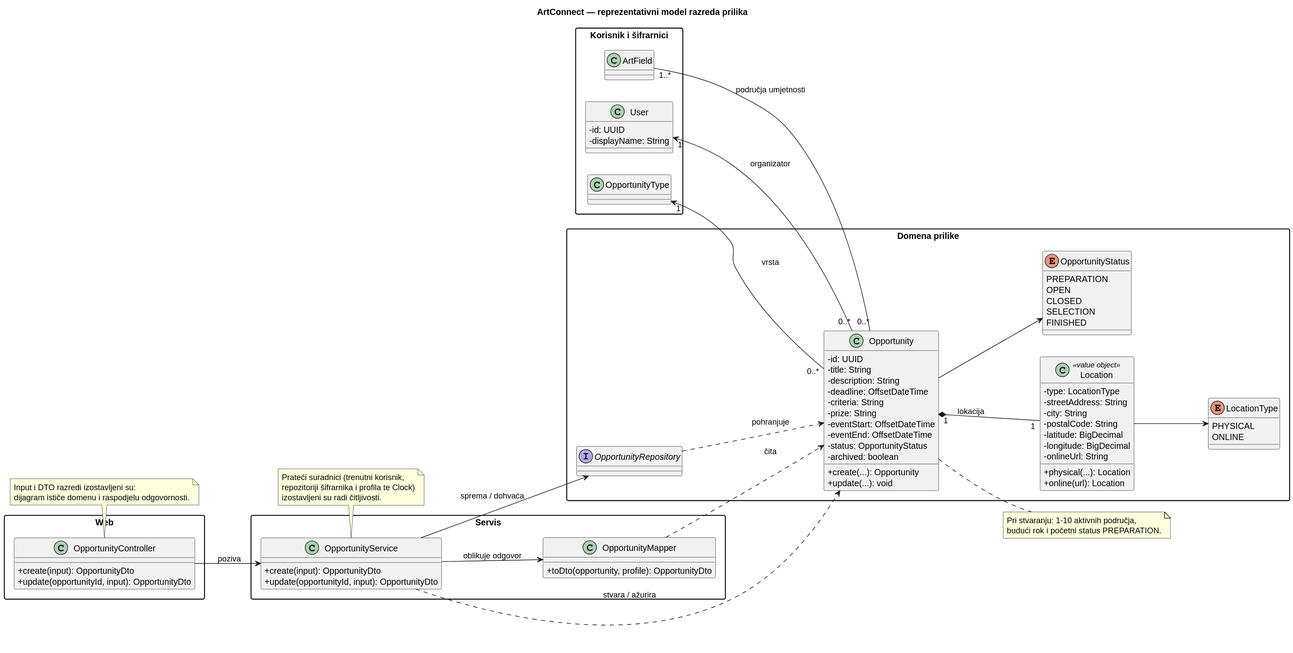
LD05-fk/Strumfovi keeps this PlantUML diagram as docs/assets/diagrams/4-3-artconnect-opportunity-CD.svg. Above is the earlier version. Source of this version:
```plantuml
@startuml
title ArtConnect — reprezentativni model razreda prilika

left to right direction
skinparam classAttributeIconSize 0
skinparam packageStyle rectangle

package "Web" {
    class OpportunityController {
        +create(input): OpportunityDto
        +update(opportunityId, input): OpportunityDto
    }
}

package "Servis" {
    class OpportunityService {
        +create(input): OpportunityDto
        +update(opportunityId, input): OpportunityDto
    }

    class OpportunityMapper {
        +toDto(opportunity, profile): OpportunityDto
    }
}

package "Domena prilike" {
    class Opportunity {
        -id: UUID
        -title: String
        -description: String
        -deadline: OffsetDateTime
        -criteria: String
        -prize: String
        -eventStart: OffsetDateTime
        -eventEnd: OffsetDateTime
        -status: OpportunityStatus
        -archived: boolean
        +create(...): Opportunity
        +update(...): void
    }

    class Location <<value object>> {
        -type: LocationType
        -streetAddress: String
        -city: String
        -postalCode: String
        -latitude: BigDecimal
        -longitude: BigDecimal
        -onlineUrl: String
        +physical(...): Location
        +online(url): Location
    }

    interface OpportunityRepository {
    }

    enum OpportunityStatus {
        PREPARATION
        OPEN
        CLOSED
        SELECTION
        FINISHED
    }

    enum LocationType {
        PHYSICAL
        ONLINE
    }
}

package "Korisnik i šifrarnici" {
    class User {
        -id: UUID
        -displayName: String
    }

    class OpportunityType {
    }

    class ArtField {
    }
}

OpportunityController --> OpportunityService : poziva
OpportunityService --> OpportunityRepository : sprema / dohvaća
OpportunityService --> OpportunityMapper : oblikuje odgovor
OpportunityService ..> Opportunity : stvara / ažurira
OpportunityRepository ..> Opportunity : pohranjuje
OpportunityMapper ..> Opportunity : čita

User "1" <-- "0..*" Opportunity : organizator
OpportunityType "1" <-- "0..*" Opportunity : vrsta
Opportunity "0..*" -- "1..*" ArtField : područja umjetnosti
Opportunity "1" *-- "1" Location : lokacija
Opportunity --> OpportunityStatus
Location --> LocationType

note right of Opportunity
Pri stvaranju: 1-10 aktivnih područja,
budući rok i početni status PREPARATION.
end note

note bottom of OpportunityService
Prateći suradnici (trenutni korisnik,
repozitoriji šifrarnika i profila te Clock)
izostavljeni su radi čitljivosti.
end note

note bottom of OpportunityController
Input i DTO razredi izostavljeni su:
dijagram ističe domenu i raspodjelu odgovornosti.
end note
@enduml
```
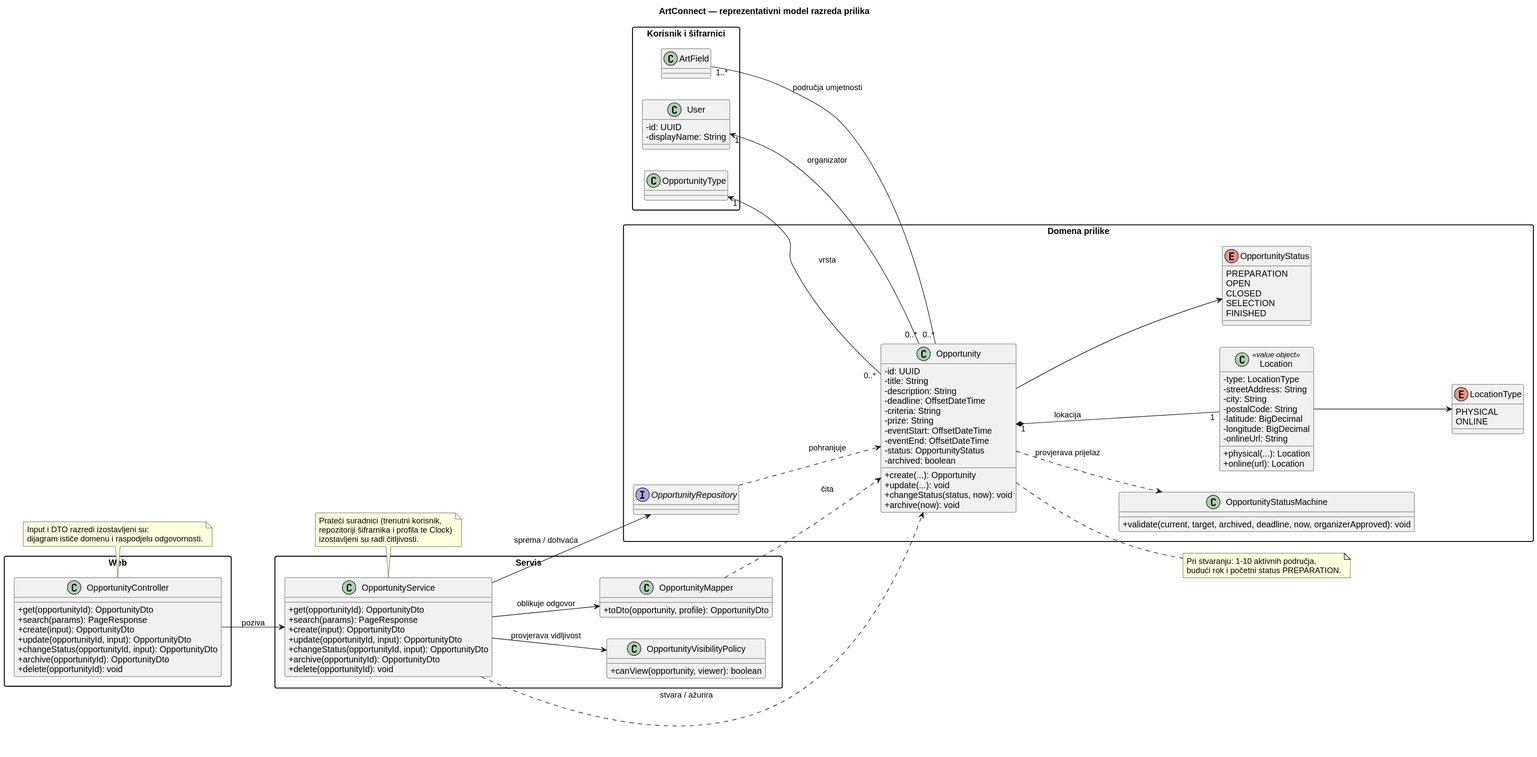
The same file after the commit.

Commit message:
DOC-14: sažeti ER dijagram i model podataka, dopuni dijagram razreda (§4.3)

Diff of the diagram source:
```diff
@@ -7,15 +7,29 @@
 
 package "Web" {
     class OpportunityController {
+        +get(opportunityId): OpportunityDto
+        +search(params): PageResponse
         +create(input): OpportunityDto
         +update(opportunityId, input): OpportunityDto
+        +changeStatus(opportunityId, input): OpportunityDto
+        +archive(opportunityId): OpportunityDto
+        +delete(opportunityId): void
     }
 }
 
 package "Servis" {
     class OpportunityService {
+        +get(opportunityId): OpportunityDto
+        +search(params): PageResponse
         +create(input): OpportunityDto
         +update(opportunityId, input): OpportunityDto
+        +changeStatus(opportunityId, input): OpportunityDto
+        +archive(opportunityId): OpportunityDto
+        +delete(opportunityId): void
+    }
+
+    class OpportunityVisibilityPolicy {
+        +canView(opportunity, viewer): boolean
     }
 
     class OpportunityMapper {
@@ -37,6 +51,12 @@
         -archived: boolean
         +create(...): Opportunity
         +update(...): void
+        +changeStatus(status, now): void
+        +archive(now): void
+    }
+
+    class OpportunityStatusMachine {
+        +validate(current, target, archived, deadline, now, organizerApproved): void
     }
 
     class Location <<value object>> {
@@ -87,6 +107,8 @@
 OpportunityService ..> Opportunity : stvara / ažurira
 OpportunityRepository ..> Opportunity : pohranjuje
 OpportunityMapper ..> Opportunity : čita
+OpportunityService --> OpportunityVisibilityPolicy : provjerava vidljivost
+Opportunity ..> OpportunityStatusMachine : provjerava prijelaz
 
 User "1" <-- "0..*" Opportunity : organizator
 OpportunityType "1" <-- "0..*" Opportunity : vrsta
```
